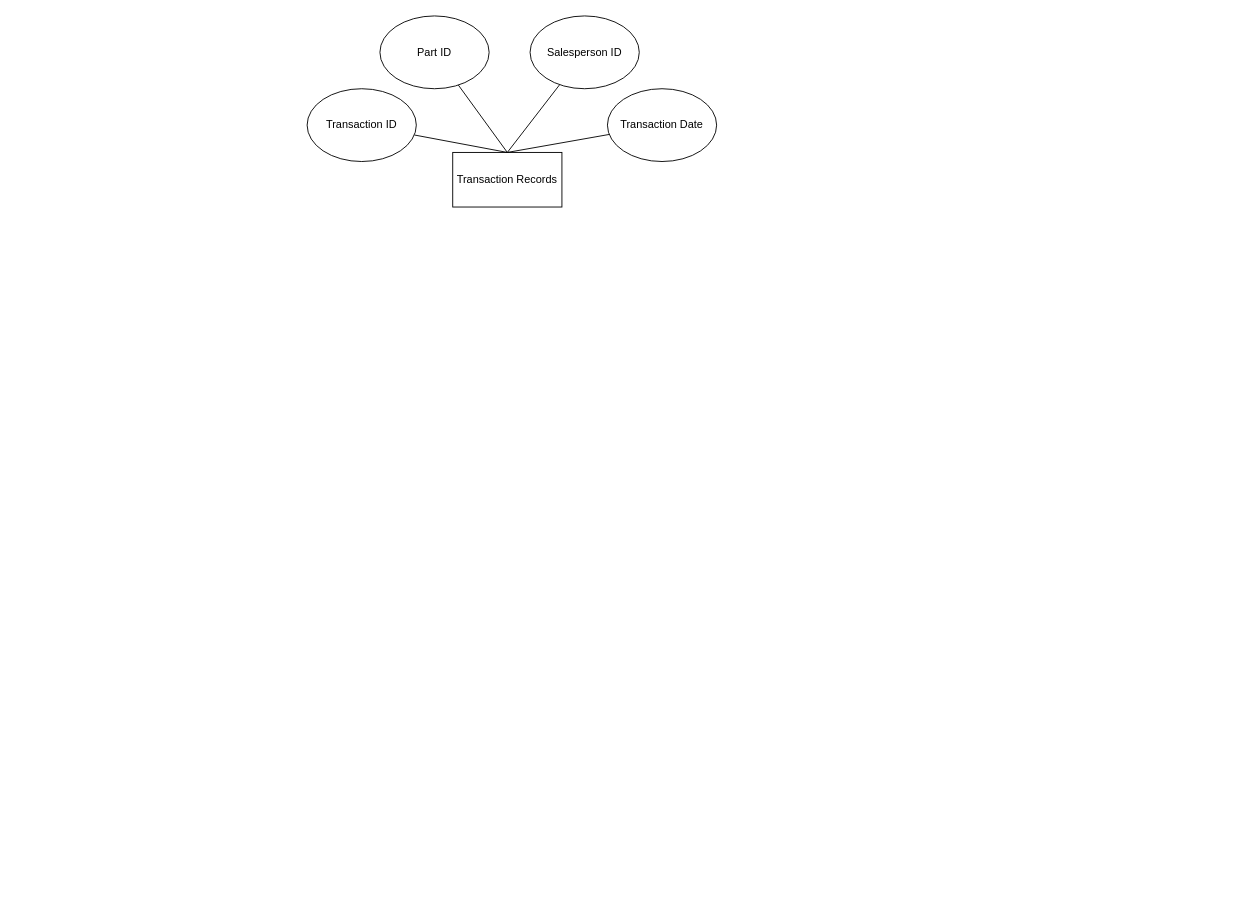
The draw.io diagram Untitled Diagram.drawio in wkng0/heyy, before the edit. Source tidied: cells renumbered, new cells numbered last; positions are measured from the earlier drawing's top-left corner, leaving out a move shared by most shapes. Both pictures are drawn from the tidied source at 91%, with x=0, y=0 at pixel (307, 15).
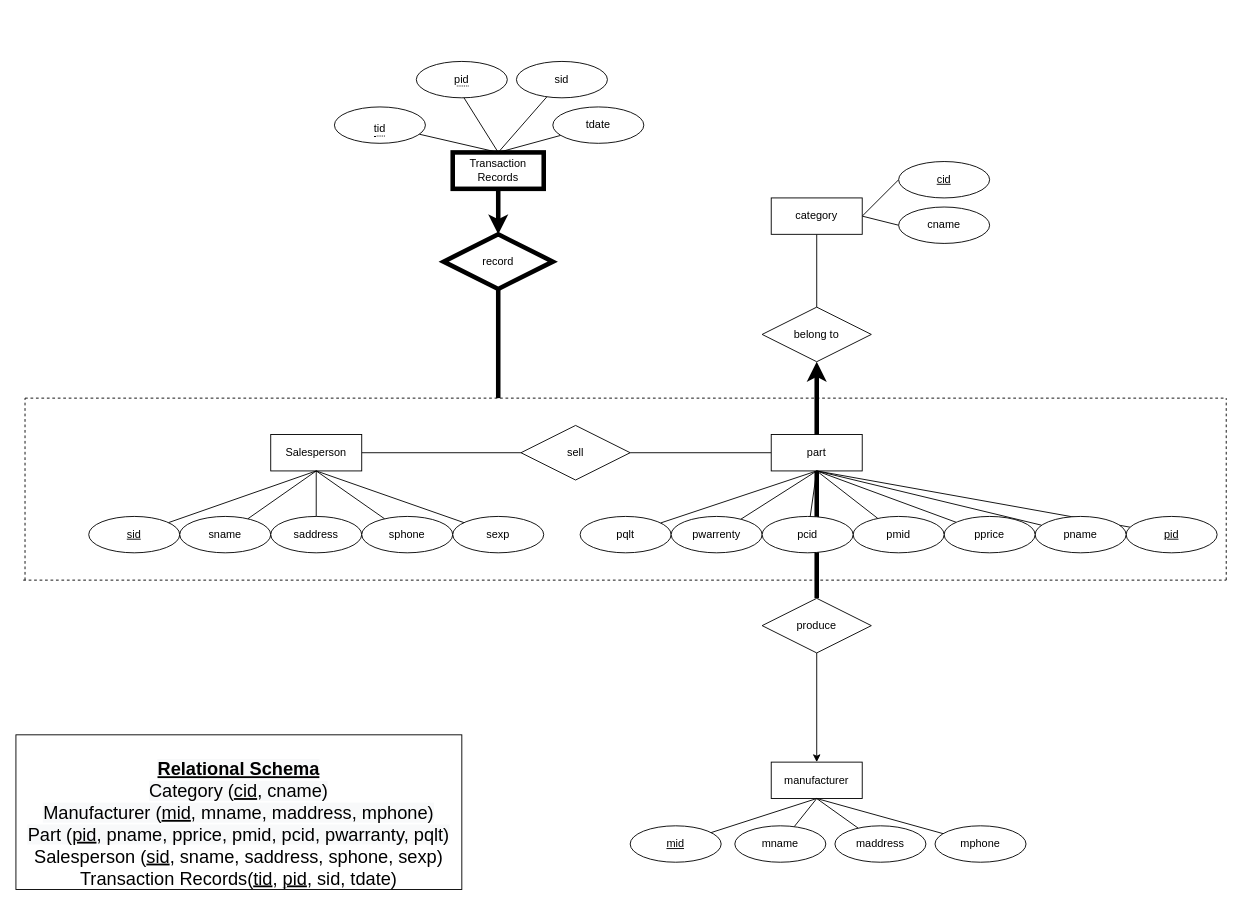
After the change.

What changed in the source:
```diff
@@
+    <mxCell id="11" style="edgeStyle=none;rounded=0;jettySize=auto;html=1;endArrow=classic;endFill=1;strokeWidth=5;" parent="1" edge="1" source="2" target="33">
+      <mxGeometry relative="1" as="geometry" />
+    </mxCell>
-    <mxCell id="2" value="Transaction Records" style="rounded=0;whiteSpace=wrap;html=1;" parent="1" vertex="1">
-      <mxGeometry x="160" y="150" width="120" height="60" as="geometry" />
+    <mxCell id="2" value="Transaction Records" style="whiteSpace=wrap;html=1;align=center;strokeWidth=5;" parent="1" vertex="1">
+      <mxGeometry x="160" y="150" width="100" height="40" as="geometry" />
     </mxCell>
-    <mxCell id="3" style="edgeStyle=none;rounded=0;jettySize=auto;html=1;entryX=0.5;entryY=0;entryDx=0;entryDy=0;endArrow=none;endFill=0;" parent="1" edge="1" source="4" target="2">
-      <mxGeometry relative="1" as="geometry" />
-    </mxCell>
-    <mxCell id="4" value="Transaction ID" style="ellipse;whiteSpace=wrap;html=1;" parent="1" vertex="1">
-      <mxGeometry y="80" width="120" height="80" as="geometry" />
-    </mxCell>
-    <mxCell id="5" style="rounded=0;jettySize=auto;html=1;endArrow=none;endFill=0;" parent="1" edge="1" source="6">
-      <mxGeometry relative="1" as="geometry">
-        <mxPoint x="220" y="150" as="targetPoint" />
-      </mxGeometry>
-    </mxCell>
-    <mxCell id="6" value="Part ID" style="ellipse;whiteSpace=wrap;html=1;" parent="1" vertex="1">
-      <mxGeometry x="80" width="120" height="80" as="geometry" />
-    </mxCell>
-    <mxCell id="7" style="edgeStyle=none;rounded=0;jettySize=auto;html=1;entryX=0.5;entryY=0;entryDx=0;entryDy=0;endArrow=none;endFill=0;" parent="1" edge="1" source="8" target="2">
-      <mxGeometry relative="1" as="geometry" />
-    </mxCell>
-    <mxCell id="8" value="Salesperson ID" style="ellipse;whiteSpace=wrap;html=1;" parent="1" vertex="1">
-      <mxGeometry x="245" width="120" height="80" as="geometry" />
-    </mxCell>
-    <mxCell id="9" style="edgeStyle=none;rounded=0;jettySize=auto;html=1;entryX=0.5;entryY=0;entryDx=0;entryDy=0;endArrow=none;endFill=0;" parent="1" edge="1" source="10" target="2">
-      <mxGeometry relative="1" as="geometry" />
-    </mxCell>
-    <mxCell id="10" value="Transaction Date" style="ellipse;whiteSpace=wrap;html=1;" parent="1" vertex="1">
-      <mxGeometry x="330" y="80" width="120" height="80" as="geometry" />
-    </mxCell>
+    <mxCell id="12" style="edgeStyle=none;rounded=0;jettySize=auto;html=1;entryX=0.5;entryY=0;entryDx=0;entryDy=0;endArrow=none;endFill=0;" parent="1" edge="1" target="2">
+      <mxGeometry relative="1" as="geometry">
+        <mxPoint x="172" y="89.4" as="sourcePoint" />
+      </mxGeometry>
+    </mxCell>
+    <mxCell id="13" style="edgeStyle=none;rounded=0;jettySize=auto;html=1;endArrow=none;endFill=0;entryX=0.5;entryY=0;entryDx=0;entryDy=0;" parent="1" edge="1" source="14" target="2">
+      <mxGeometry relative="1" as="geometry" />
+    </mxCell>
+    <mxCell id="14" value="sid" style="ellipse;whiteSpace=wrap;html=1;align=center;" parent="1" vertex="1">
+      <mxGeometry x="230" y="50" width="100" height="40" as="geometry" />
+    </mxCell>
+    <mxCell id="15" style="edgeStyle=none;rounded=0;jettySize=auto;html=1;endArrow=none;endFill=0;" parent="1" edge="1" source="16">
+      <mxGeometry relative="1" as="geometry">
+        <mxPoint x="210" y="150" as="targetPoint" />
+      </mxGeometry>
+    </mxCell>
+    <mxCell id="16" value="tdate" style="ellipse;whiteSpace=wrap;html=1;align=center;" parent="1" vertex="1">
+      <mxGeometry x="270" y="100" width="100" height="40" as="geometry" />
+    </mxCell>
+    <mxCell id="17" style="endArrow=none;dashed=1;html=1;rounded=0;" parent="1" edge="1">
+      <mxGeometry relative="1" as="geometry">
+        <mxPoint x="-310" y="420" as="sourcePoint" />
+        <mxPoint x="1010" y="420" as="targetPoint" />
+      </mxGeometry>
+    </mxCell>
+    <mxCell id="18" style="edgeStyle=none;rounded=0;jettySize=auto;html=1;entryX=0;entryY=0.5;entryDx=0;entryDy=0;endArrow=none;endFill=0;" parent="1" edge="1" source="19" target="31">
+      <mxGeometry relative="1" as="geometry" />
+    </mxCell>
+    <mxCell id="19" value="Salesperson" style="whiteSpace=wrap;html=1;align=center;" parent="1" vertex="1">
+      <mxGeometry x="-40" y="460" width="100" height="40" as="geometry" />
+    </mxCell>
+    <mxCell id="20" style="edgeStyle=none;rounded=0;jettySize=auto;html=1;endArrow=none;endFill=0;" parent="1" edge="1" source="21">
+      <mxGeometry relative="1" as="geometry">
+        <mxPoint x="10" y="500" as="targetPoint" />
+      </mxGeometry>
+    </mxCell>
+    <mxCell id="21" value="&lt;u&gt;sid&lt;/u&gt;" style="ellipse;whiteSpace=wrap;html=1;align=center;" parent="1" vertex="1">
+      <mxGeometry x="-240" y="550" width="100" height="40" as="geometry" />
+    </mxCell>
+    <mxCell id="22" style="edgeStyle=none;rounded=0;jettySize=auto;html=1;endArrow=none;endFill=0;entryX=0.5;entryY=1;entryDx=0;entryDy=0;" parent="1" edge="1" source="23" target="19">
+      <mxGeometry relative="1" as="geometry" />
+    </mxCell>
+    <mxCell id="23" value="sname" style="ellipse;whiteSpace=wrap;html=1;align=center;" parent="1" vertex="1">
+      <mxGeometry x="-140" y="550" width="100" height="40" as="geometry" />
+    </mxCell>
+    <mxCell id="24" style="edgeStyle=none;rounded=0;jettySize=auto;html=1;entryX=0.5;entryY=1;entryDx=0;entryDy=0;endArrow=none;endFill=0;" parent="1" edge="1" source="25" target="19">
+      <mxGeometry relative="1" as="geometry" />
+    </mxCell>
+    <mxCell id="25" value="saddress" style="ellipse;whiteSpace=wrap;html=1;align=center;" parent="1" vertex="1">
+      <mxGeometry x="-40" y="550" width="100" height="40" as="geometry" />
+    </mxCell>
+    <mxCell id="26" style="edgeStyle=none;rounded=0;jettySize=auto;html=1;entryX=0.5;entryY=1;entryDx=0;entryDy=0;endArrow=none;endFill=0;" parent="1" edge="1" source="27" target="19">
+      <mxGeometry relative="1" as="geometry" />
+    </mxCell>
+    <mxCell id="27" value="sphone" style="ellipse;whiteSpace=wrap;html=1;align=center;" parent="1" vertex="1">
+      <mxGeometry x="60" y="550" width="100" height="40" as="geometry" />
+    </mxCell>
+    <mxCell id="28" style="edgeStyle=none;rounded=0;jettySize=auto;html=1;entryX=0.5;entryY=1;entryDx=0;entryDy=0;endArrow=none;endFill=0;" parent="1" edge="1" source="29" target="19">
+      <mxGeometry relative="1" as="geometry" />
+    </mxCell>
+    <mxCell id="29" value="sexp" style="ellipse;whiteSpace=wrap;html=1;align=center;" parent="1" vertex="1">
+      <mxGeometry x="160" y="550" width="100" height="40" as="geometry" />
+    </mxCell>
+    <mxCell id="30" style="edgeStyle=none;rounded=0;jettySize=auto;html=1;entryX=0;entryY=0.5;entryDx=0;entryDy=0;endArrow=none;endFill=0;" parent="1" edge="1" source="31" target="35">
+      <mxGeometry relative="1" as="geometry" />
+    </mxCell>
+    <mxCell id="31" value="sell" style="shape=rhombus;perimeter=rhombusPerimeter;whiteSpace=wrap;html=1;align=center;" parent="1" vertex="1">
+      <mxGeometry x="235" y="450" width="120" height="60" as="geometry" />
+    </mxCell>
+    <mxCell id="32" style="edgeStyle=none;rounded=0;jettySize=auto;html=1;endArrow=none;endFill=0;strokeWidth=5;" parent="1" edge="1" source="33">
+      <mxGeometry relative="1" as="geometry">
+        <mxPoint x="210" y="420" as="targetPoint" />
+      </mxGeometry>
+    </mxCell>
+    <mxCell id="33" value="record" style="shape=rhombus;perimeter=rhombusPerimeter;whiteSpace=wrap;html=1;align=center;strokeWidth=5;" parent="1" vertex="1">
+      <mxGeometry x="150" y="240" width="120" height="60" as="geometry" />
+    </mxCell>
+    <mxCell id="34" style="edgeStyle=none;rounded=0;jettySize=auto;html=1;entryX=0.5;entryY=0;entryDx=0;entryDy=0;endArrow=none;endFill=0;strokeWidth=5;" parent="1" edge="1" source="35" target="59">
+      <mxGeometry relative="1" as="geometry" />
+    </mxCell>
+    <mxCell id="35" value="part" style="whiteSpace=wrap;html=1;align=center;" parent="1" vertex="1">
+      <mxGeometry x="510" y="460" width="100" height="40" as="geometry" />
+    </mxCell>
+    <mxCell id="36" style="edgeStyle=none;rounded=0;jettySize=auto;html=1;entryX=0.5;entryY=1;entryDx=0;entryDy=0;endArrow=none;endFill=0;" parent="1" edge="1" source="37" target="35">
+      <mxGeometry relative="1" as="geometry" />
+    </mxCell>
+    <mxCell id="37" value="&lt;u&gt;pid&lt;/u&gt;" style="ellipse;whiteSpace=wrap;html=1;align=center;" parent="1" vertex="1">
+      <mxGeometry x="900" y="550" width="100" height="40" as="geometry" />
+    </mxCell>
+    <mxCell id="38" style="edgeStyle=none;rounded=0;jettySize=auto;html=1;entryX=0.5;entryY=1;entryDx=0;entryDy=0;endArrow=none;endFill=0;" parent="1" edge="1" source="39" target="35">
+      <mxGeometry relative="1" as="geometry" />
+    </mxCell>
+    <mxCell id="39" value="pname" style="ellipse;whiteSpace=wrap;html=1;align=center;" parent="1" vertex="1">
+      <mxGeometry x="800" y="550" width="100" height="40" as="geometry" />
+    </mxCell>
+    <mxCell id="40" style="edgeStyle=none;rounded=0;jettySize=auto;html=1;endArrow=none;endFill=0;" parent="1" edge="1" source="41">
+      <mxGeometry relative="1" as="geometry">
+        <mxPoint x="560" y="500" as="targetPoint" />
+      </mxGeometry>
+    </mxCell>
+    <mxCell id="41" value="pprice" style="ellipse;whiteSpace=wrap;html=1;align=center;" parent="1" vertex="1">
+      <mxGeometry x="700" y="550" width="100" height="40" as="geometry" />
+    </mxCell>
+    <mxCell id="42" style="edgeStyle=none;rounded=0;jettySize=auto;html=1;entryX=0.5;entryY=1;entryDx=0;entryDy=0;endArrow=none;endFill=0;" parent="1" edge="1" source="43" target="35">
+      <mxGeometry relative="1" as="geometry" />
+    </mxCell>
+    <mxCell id="43" value="pmid" style="ellipse;whiteSpace=wrap;html=1;align=center;" parent="1" vertex="1">
+      <mxGeometry x="600" y="550" width="100" height="40" as="geometry" />
+    </mxCell>
+    <mxCell id="44" style="edgeStyle=none;rounded=0;jettySize=auto;html=1;endArrow=none;endFill=0;entryX=0.5;entryY=1;entryDx=0;entryDy=0;" parent="1" edge="1" source="45" target="35">
+      <mxGeometry relative="1" as="geometry" />
+    </mxCell>
+    <mxCell id="45" value="pqlt" style="ellipse;whiteSpace=wrap;html=1;align=center;" parent="1" vertex="1">
+      <mxGeometry x="300" y="550" width="100" height="40" as="geometry" />
+    </mxCell>
+    <mxCell id="46" style="edgeStyle=none;rounded=0;jettySize=auto;html=1;entryX=0.5;entryY=1;entryDx=0;entryDy=0;endArrow=none;endFill=0;" parent="1" edge="1" source="47" target="35">
+      <mxGeometry relative="1" as="geometry" />
+    </mxCell>
+    <mxCell id="47" value="pwarrenty" style="ellipse;whiteSpace=wrap;html=1;align=center;" parent="1" vertex="1">
+      <mxGeometry x="400" y="550" width="100" height="40" as="geometry" />
+    </mxCell>
+    <mxCell id="48" style="edgeStyle=none;rounded=0;jettySize=auto;html=1;endArrow=none;endFill=0;entryX=0.5;entryY=1;entryDx=0;entryDy=0;" parent="1" edge="1" source="49" target="35">
+      <mxGeometry relative="1" as="geometry" />
+    </mxCell>
+    <mxCell id="49" value="pcid" style="ellipse;whiteSpace=wrap;html=1;align=center;" parent="1" vertex="1">
+      <mxGeometry x="500" y="550" width="100" height="40" as="geometry" />
+    </mxCell>
+    <mxCell id="50" style="edgeStyle=none;rounded=1;jettySize=auto;html=1;entryX=0.5;entryY=0;entryDx=0;entryDy=0;endArrow=none;endFill=0;fontStyle=0;strokeColor=default;strokeWidth=5;startArrow=classic;startFill=1;" parent="1" edge="1" source="51" target="35">
+      <mxGeometry relative="1" as="geometry" />
+    </mxCell>
+    <mxCell id="51" value="belong to" style="shape=rhombus;perimeter=rhombusPerimeter;whiteSpace=wrap;html=1;align=center;" parent="1" vertex="1">
+      <mxGeometry x="500" y="320" width="120" height="60" as="geometry" />
+    </mxCell>
+    <mxCell id="52" style="edgeStyle=none;rounded=0;jettySize=auto;html=1;entryX=0;entryY=0.5;entryDx=0;entryDy=0;endArrow=none;endFill=0;exitX=1;exitY=0.5;exitDx=0;exitDy=0;" parent="1" edge="1" source="55" target="56">
+      <mxGeometry relative="1" as="geometry" />
+    </mxCell>
+    <mxCell id="53" style="edgeStyle=none;rounded=0;jettySize=auto;html=1;entryX=0;entryY=0.5;entryDx=0;entryDy=0;endArrow=none;endFill=0;exitX=1;exitY=0.5;exitDx=0;exitDy=0;" parent="1" edge="1" source="55" target="57">
+      <mxGeometry relative="1" as="geometry" />
+    </mxCell>
+    <mxCell id="54" style="edgeStyle=none;rounded=0;jettySize=auto;html=1;entryX=0.5;entryY=0;entryDx=0;entryDy=0;endArrow=none;endFill=0;" parent="1" edge="1" source="55" target="51">
+      <mxGeometry relative="1" as="geometry" />
+    </mxCell>
+    <mxCell id="55" value="category" style="whiteSpace=wrap;html=1;align=center;" parent="1" vertex="1">
+      <mxGeometry x="510" y="200" width="100" height="40" as="geometry" />
+    </mxCell>
+    <mxCell id="56" value="cid" style="ellipse;whiteSpace=wrap;html=1;align=center;fontStyle=4;" parent="1" vertex="1">
+      <mxGeometry x="650" y="160" width="100" height="40" as="geometry" />
+    </mxCell>
+    <mxCell id="57" value="cname" style="ellipse;whiteSpace=wrap;html=1;align=center;" parent="1" vertex="1">
+      <mxGeometry x="650" y="210" width="100" height="40" as="geometry" />
+    </mxCell>
+    <mxCell id="58" style="edgeStyle=none;rounded=0;jettySize=auto;html=1;entryX=0.5;entryY=0;entryDx=0;entryDy=0;endArrow=classic;endFill=1;" parent="1" edge="1" source="59" target="60">
+      <mxGeometry relative="1" as="geometry" />
+    </mxCell>
+    <mxCell id="59" value="produce" style="shape=rhombus;perimeter=rhombusPerimeter;whiteSpace=wrap;html=1;align=center;" parent="1" vertex="1">
+      <mxGeometry x="500" y="640" width="120" height="60" as="geometry" />
+    </mxCell>
+    <mxCell id="60" value="manufacturer" style="whiteSpace=wrap;html=1;align=center;" parent="1" vertex="1">
+      <mxGeometry x="510" y="820" width="100" height="40" as="geometry" />
+    </mxCell>
+    <mxCell id="61" style="edgeStyle=none;rounded=0;jettySize=auto;html=1;entryX=0.5;entryY=1;entryDx=0;entryDy=0;endArrow=none;endFill=0;" parent="1" edge="1" source="62" target="60">
+      <mxGeometry relative="1" as="geometry" />
+    </mxCell>
+    <mxCell id="62" value="mid" style="ellipse;whiteSpace=wrap;html=1;align=center;fontStyle=4;" parent="1" vertex="1">
+      <mxGeometry x="355" y="890" width="100" height="40" as="geometry" />
+    </mxCell>
+    <mxCell id="63" style="edgeStyle=none;rounded=0;jettySize=auto;html=1;entryX=0.5;entryY=1;entryDx=0;entryDy=0;endArrow=none;endFill=0;" parent="1" edge="1" source="64" target="60">
+      <mxGeometry relative="1" as="geometry" />
+    </mxCell>
+    <mxCell id="64" value="mname" style="ellipse;whiteSpace=wrap;html=1;align=center;" parent="1" vertex="1">
+      <mxGeometry x="470" y="890" width="100" height="40" as="geometry" />
+    </mxCell>
+    <mxCell id="65" style="edgeStyle=none;rounded=0;jettySize=auto;html=1;entryX=0.5;entryY=1;entryDx=0;entryDy=0;endArrow=none;endFill=0;" parent="1" edge="1" source="66" target="60">
+      <mxGeometry relative="1" as="geometry" />
+    </mxCell>
+    <mxCell id="66" value="maddress" style="ellipse;whiteSpace=wrap;html=1;align=center;" parent="1" vertex="1">
+      <mxGeometry x="580" y="890" width="100" height="40" as="geometry" />
+    </mxCell>
+    <mxCell id="67" style="edgeStyle=none;rounded=0;jettySize=auto;html=1;entryX=0.5;entryY=1;entryDx=0;entryDy=0;endArrow=none;endFill=0;" parent="1" edge="1" source="68" target="60">
+      <mxGeometry relative="1" as="geometry" />
+    </mxCell>
+    <mxCell id="68" value="mphone" style="ellipse;whiteSpace=wrap;html=1;align=center;" parent="1" vertex="1">
+      <mxGeometry x="690" y="890" width="100" height="40" as="geometry" />
+    </mxCell>
+    <mxCell id="69" style="endArrow=none;dashed=1;html=1;rounded=0;" parent="1" edge="1">
+      <mxGeometry relative="1" as="geometry">
+        <mxPoint x="1010" y="620" as="sourcePoint" />
+        <mxPoint x="1010" y="420" as="targetPoint" />
+      </mxGeometry>
+    </mxCell>
+    <mxCell id="70" style="endArrow=none;dashed=1;html=1;rounded=0;" parent="1" edge="1">
+      <mxGeometry relative="1" as="geometry">
+        <mxPoint x="-312" y="620" as="sourcePoint" />
+        <mxPoint x="1010" y="620" as="targetPoint" />
+      </mxGeometry>
+    </mxCell>
+    <mxCell id="71" style="endArrow=none;dashed=1;html=1;rounded=0;" parent="1" edge="1">
+      <mxGeometry relative="1" as="geometry">
+        <mxPoint x="-310" y="620" as="sourcePoint" />
+        <mxPoint x="-310" y="420" as="targetPoint" />
+      </mxGeometry>
+    </mxCell>
+    <mxCell id="72" value="&lt;font style=&quot;font-size: 20px;&quot;&gt;&lt;b&gt;&lt;u&gt;&lt;br&gt;&lt;span style=&quot;color: rgb(0, 0, 0); font-family: Helvetica; font-style: normal; font-variant-ligatures: normal; font-variant-caps: normal; letter-spacing: normal; orphans: 2; text-align: center; text-indent: 0px; text-transform: none; widows: 2; word-spacing: 0px; -webkit-text-stroke-width: 0px; background-color: rgb(248, 249, 250); text-decoration-thickness: initial; text-decoration-style: initial; text-decoration-color: initial; float: none; display: inline !important;&quot;&gt;Relational Schema&lt;/span&gt;&lt;/u&gt;&lt;/b&gt;&lt;br style=&quot;color: rgb(0, 0, 0); font-family: Helvetica; font-style: normal; font-variant-ligatures: normal; font-variant-caps: normal; font-weight: 400; letter-spacing: normal; orphans: 2; text-align: center; text-indent: 0px; text-transform: none; widows: 2; word-spacing: 0px; -webkit-text-stroke-width: 0px; background-color: rgb(248, 249, 250); text-decoration-thickness: initial; text-decoration-style: initial; text-decoration-color: initial;&quot;&gt;&lt;span style=&quot;color: rgb(0, 0, 0); font-family: Helvetica; font-style: normal; font-variant-ligatures: normal; font-variant-caps: normal; font-weight: 400; letter-spacing: normal; orphans: 2; text-align: center; text-indent: 0px; text-transform: none; widows: 2; word-spacing: 0px; -webkit-text-stroke-width: 0px; background-color: rgb(248, 249, 250); text-decoration-thickness: initial; text-decoration-style: initial; text-decoration-color: initial; float: none; display: inline !important;&quot;&gt;Category (&lt;u&gt;cid&lt;/u&gt;, cname)&lt;/span&gt;&lt;br style=&quot;color: rgb(0, 0, 0); font-family: Helvetica; font-style: normal; font-variant-ligatures: normal; font-variant-caps: normal; font-weight: 400; letter-spacing: normal; orphans: 2; text-align: center; text-indent: 0px; text-transform: none; widows: 2; word-spacing: 0px; -webkit-text-stroke-width: 0px; background-color: rgb(248, 249, 250); text-decoration-thickness: initial; text-decoration-style: initial; text-decoration-color: initial;&quot;&gt;&lt;span style=&quot;color: rgb(0, 0, 0); font-family: Helvetica; font-style: normal; font-variant-ligatures: normal; font-variant-caps: normal; font-weight: 400; letter-spacing: normal; orphans: 2; text-align: center; text-indent: 0px; text-transform: none; widows: 2; word-spacing: 0px; -webkit-text-stroke-width: 0px; background-color: rgb(248, 249, 250); text-decoration-thickness: initial; text-decoration-style: initial; text-decoration-color: initial; float: none; display: inline !important;&quot;&gt;Manufacturer (&lt;u&gt;mid&lt;/u&gt;, mname, maddress, mphone)&lt;/span&gt;&lt;br style=&quot;color: rgb(0, 0, 0); font-family: Helvetica; font-style: normal; font-variant-ligatures: normal; font-variant-caps: normal; font-weight: 400; letter-spacing: normal; orphans: 2; text-align: center; text-indent: 0px; text-transform: none; widows: 2; word-spacing: 0px; -webkit-text-stroke-width: 0px; background-color: rgb(248, 249, 250); text-decoration-thickness: initial; text-decoration-style: initial; text-decoration-color: initial;&quot;&gt;&lt;span style=&quot;color: rgb(0, 0, 0); font-family: Helvetica; font-style: normal; font-variant-ligatures: normal; font-variant-caps: normal; font-weight: 400; letter-spacing: normal; orphans: 2; text-align: center; text-indent: 0px; text-transform: none; widows: 2; word-spacing: 0px; -webkit-text-stroke-width: 0px; background-color: rgb(248, 249, 250); text-decoration-thickness: initial; text-decoration-style: initial; text-decoration-color: initial; float: none; display: inline !important;&quot;&gt;Part (&lt;u&gt;pid&lt;/u&gt;, pname, pprice, pmid, pcid, pwarranty, pqlt)&lt;br&gt;&lt;/span&gt;Salesperson (&lt;u&gt;sid&lt;/u&gt;, sname, saddress, sphone, sexp)&lt;br&gt;Transaction Records(&lt;u&gt;tid&lt;/u&gt;, &lt;u&gt;pid&lt;/u&gt;, sid, tdate)&lt;/font&gt;" style="rounded=0;whiteSpace=wrap;html=1;" parent="1" vertex="1">
+      <mxGeometry x="-320" y="790" width="490" height="170" as="geometry" />
+    </mxCell>
+    <mxCell id="73" style="edgeStyle=none;rounded=1;jettySize=auto;html=1;strokeColor=default;strokeWidth=1;fontSize=12;startArrow=none;startFill=0;endArrow=none;endFill=0;" parent="1" edge="1" source="74">
+      <mxGeometry relative="1" as="geometry">
+        <mxPoint x="210" y="150" as="targetPoint" />
+      </mxGeometry>
+    </mxCell>
+    <mxCell id="74" value="&lt;span style=&quot;border-bottom: 1px dotted&quot;&gt;&lt;font style=&quot;font-size: 12px;&quot;&gt;tid&lt;/font&gt;&lt;/span&gt;" style="ellipse;whiteSpace=wrap;html=1;align=center;fontSize=20;" parent="1" vertex="1">
+      <mxGeometry x="30" y="100" width="100" height="40" as="geometry" />
+    </mxCell>
+    <mxCell id="75" value="&lt;span style=&quot;border-bottom: 1px dotted&quot;&gt;pid&lt;/span&gt;" style="ellipse;whiteSpace=wrap;html=1;align=center;fontSize=12;" parent="1" vertex="1">
+      <mxGeometry x="120" y="50" width="100" height="40" as="geometry" />
+    </mxCell>
```
